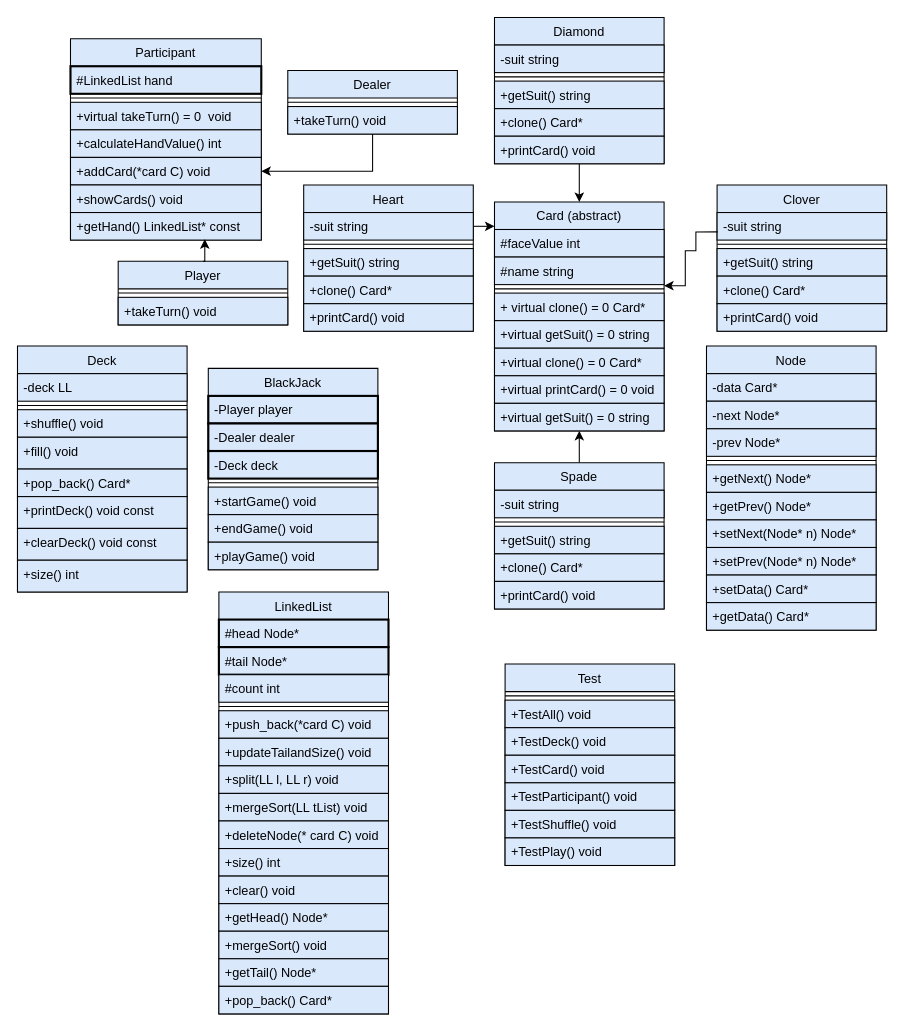
tiberiusl/Blackjack340 keeps this draw.io diagram as UMLv2.drawio. Above is the earlier version. Source tidied: cells renumbered, new cells numbered last; positions are measured from the earlier drawing's top-left corner, leaving out a move shared by most shapes. Both pictures are drawn from the tidied source at 106%, with x=0, y=0 at pixel (17, 17).
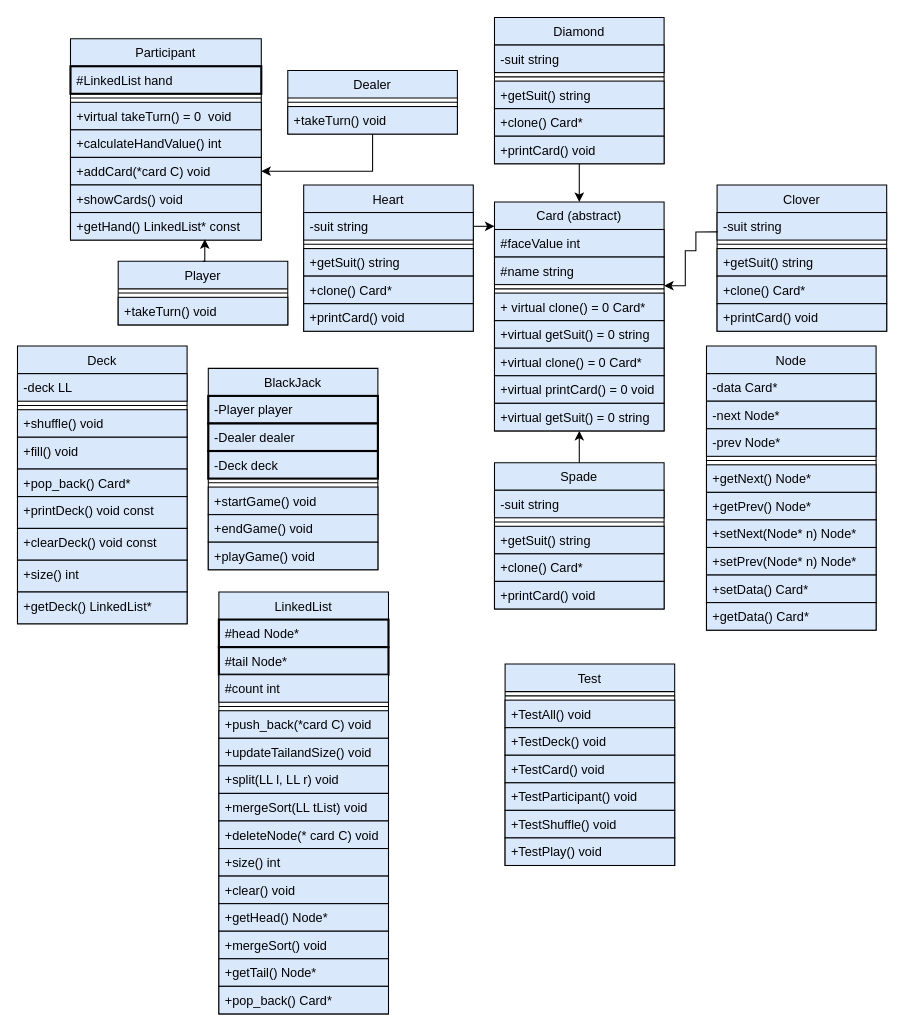
Above is the later version.

The edit, as a diff of the source:
```diff
@@
     <mxCell id="90" value="Deck" style="swimlane;fontStyle=0;align=center;verticalAlign=top;horizontal=1;startSize=26;rounded=0;shadow=0;strokeWidth=1;fillColor=#dae8fc;strokeColor=#000000;" parent="1" vertex="1">
-      <mxGeometry y="310" width="160" height="232" as="geometry" />
+      <mxGeometry y="310" width="160" height="262" as="geometry" />
     </mxCell>
@@
+    <mxCell id="107" value="+size() int" style="text;align=left;verticalAlign=top;spacingLeft=4;spacingRight=4;overflow=hidden;fillColor=#dae8fc;strokeColor=#000000;" parent="90" vertex="1">
+      <mxGeometry y="202" width="160" height="30" as="geometry" />
+    </mxCell>
-    <mxCell id="98" value="+size() int" style="text;align=left;verticalAlign=top;spacingLeft=4;spacingRight=4;overflow=hidden;fillColor=#dae8fc;strokeColor=#000000;" parent="90" vertex="1">
-      <mxGeometry y="202" width="160" height="30" as="geometry" />
+    <mxCell id="98" value="+getDeck() LinkedList*" style="text;align=left;verticalAlign=top;spacingLeft=4;spacingRight=4;overflow=hidden;fillColor=#dae8fc;strokeColor=#000000;" parent="90" vertex="1">
+      <mxGeometry y="232" width="160" height="30" as="geometry" />
     </mxCell>
```
